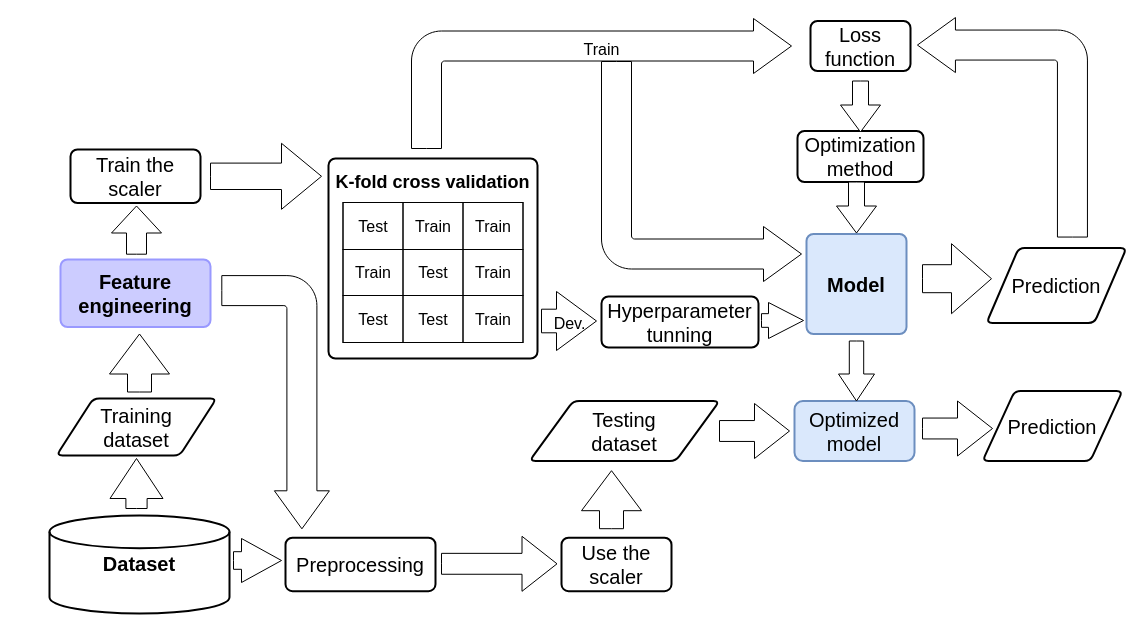
Above: MachineLearning3.drawio in Orozco-Duque/ML (draw.io), before the change. Source tidied: cells renumbered, new cells numbered last; positions are measured from the earlier drawing's top-left corner, leaving out a move shared by most shapes. Both pictures are drawn from the tidied source at 100%, with x=0, y=0 at pixel (49, 18).
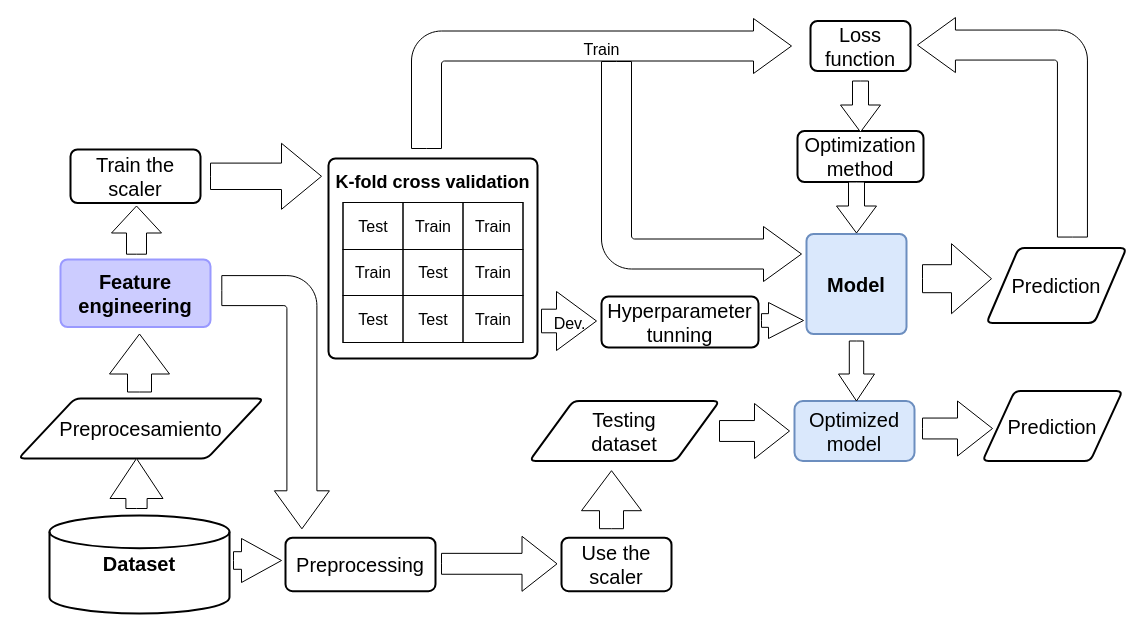
After the change.

The edit, as a diff of the source:
```diff
@@
-    <mxCell id="5" value="Training &lt;br&gt;dataset" style="shape=parallelogram;html=1;strokeWidth=2;perimeter=parallelogramPerimeter;whiteSpace=wrap;rounded=1;arcSize=12;size=0.23;fontSize=20;fontColor=#000000;" parent="1" vertex="1">
-      <mxGeometry x="7" y="380" width="160" height="57.1" as="geometry" />
+    <mxCell id="5" value="Preprocesamiento" style="shape=parallelogram;html=1;strokeWidth=2;perimeter=parallelogramPerimeter;whiteSpace=wrap;rounded=1;arcSize=12;size=0.23;fontSize=20;fontColor=#000000;" parent="1" vertex="1">
+      <mxGeometry x="-31" y="380" width="245" height="60" as="geometry" />
     </mxCell>
```
